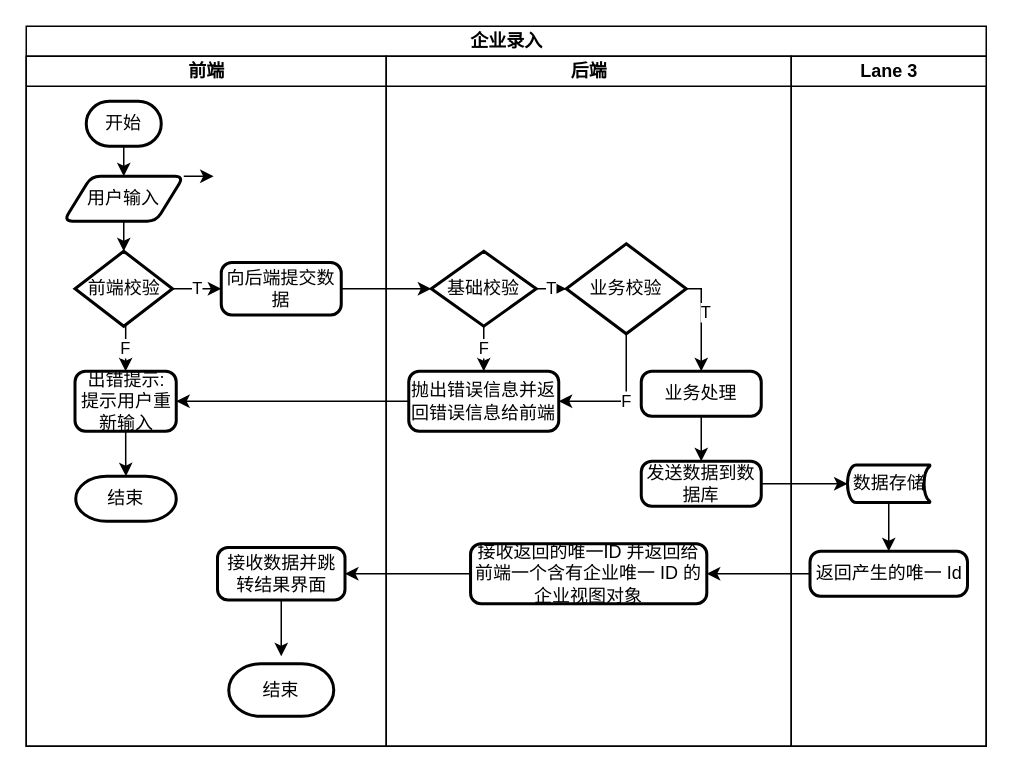
The draw.io diagram page "企业录入流程图" (1 of 2) of Untitled Diagram.drawio in ganchuantian/Test, before the edit. Source tidied: cells renumbered, new cells numbered last; positions are measured from the earlier drawing's top-left corner, leaving out a move shared by most shapes. Both pictures are drawn from the tidied source at 150%, with x=0, y=0 at pixel (26, 26).
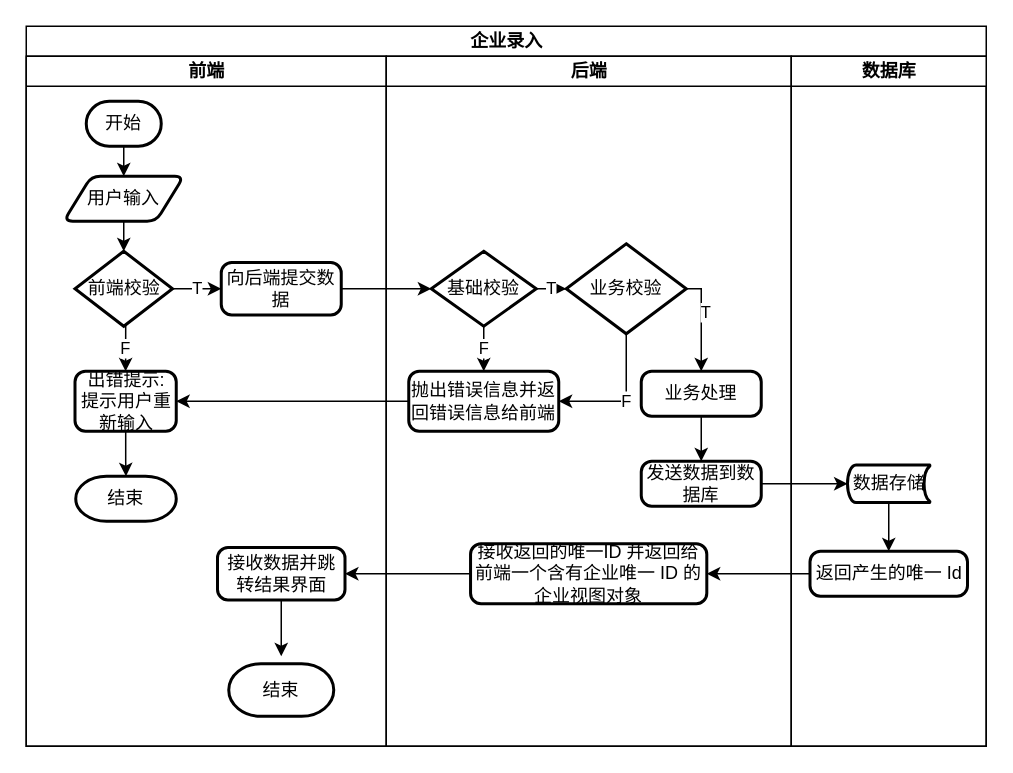
After the change.

Unchanged cells that the change refers to:
```xml
<mxCell id="2" value="企业录入" style="swimlane;html=1;startSize=20;" parent="1" vertex="1">
  <mxGeometry width="640" height="480" as="geometry" />
</mxCell>
<mxCell id="7" value="用户输入" style="shape=parallelogram;html=1;strokeWidth=2;perimeter=parallelogramPerimeter;whiteSpace=wrap;rounded=1;arcSize=12;size=0.23;" parent="3" vertex="1">
  <mxGeometry x="25" y="80" width="80" height="30" as="geometry" />
</mxCell>
```

What changed in the source:
```diff
@@
-    <mxCell id="30" value="Lane 3" style="swimlane;html=1;startSize=20;" parent="2" vertex="1">
+    <mxCell id="30" value="数据库" style="swimlane;html=1;startSize=20;" parent="2" vertex="1">
       <mxGeometry x="510" y="20" width="130" height="460" as="geometry" />
     </mxCell>
@@
-    <mxCell id="39" style="edgeStyle=orthogonalEdgeStyle;rounded=0;jettySize=auto;html=1;exitX=1;exitY=0;exitDx=0;exitDy=0;fontFamily=Helvetica;" parent="1" edge="1" source="7">
-      <mxGeometry relative="1" as="geometry">
-        <mxPoint x="124.9" y="99.8" as="targetPoint" />
-      </mxGeometry>
-    </mxCell>
```
